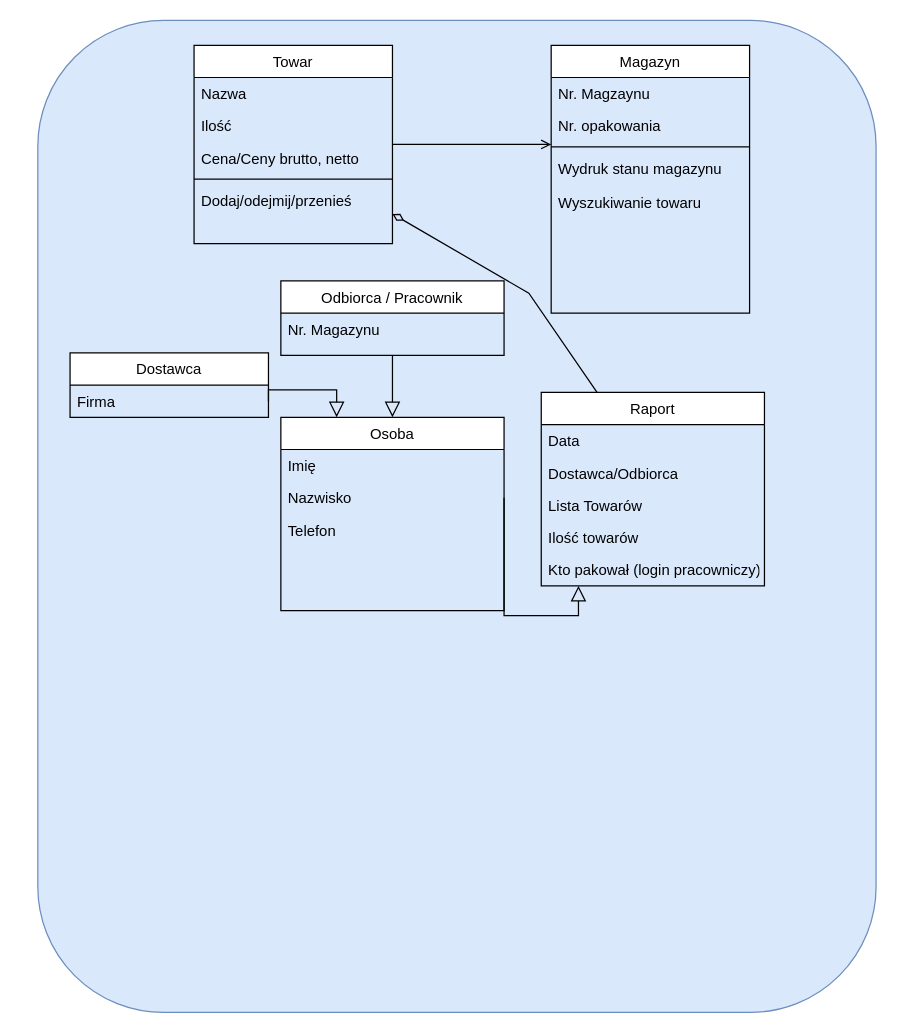
Above: Doc/Diagram.drawio in Buczixo/MagazineManagmentProject (draw.io), before the change. Source tidied: cells renumbered, new cells numbered last; positions are measured from the earlier drawing's top-left corner, leaving out a move shared by most shapes. Both pictures are drawn from the tidied source at 124%, with x=0, y=0 at pixel (37, 20).
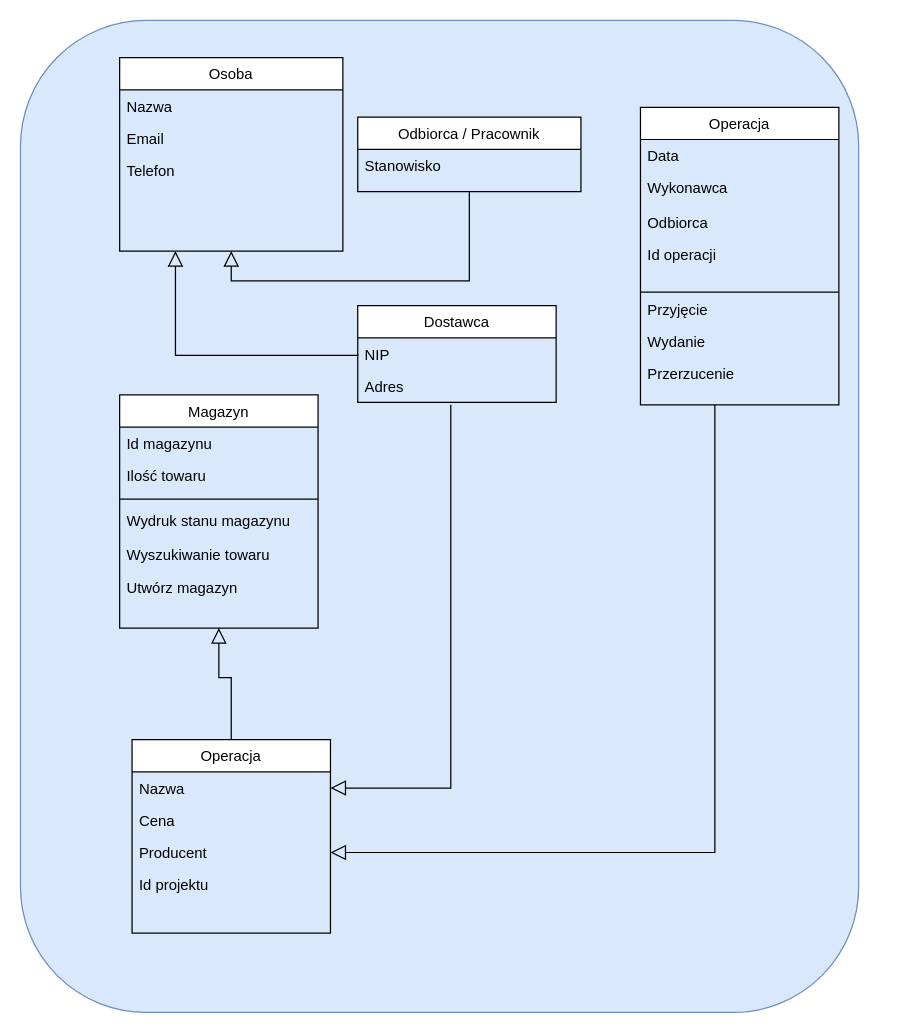
After the change.

Change to the diagram source:
```diff
@@
     <mxCell id="2" style="rounded=1;whiteSpace=wrap;html=1;fontSize=9;fillColor=#dae8fc;strokeColor=#6c8ebf;" parent="1" vertex="1">
-      <mxGeometry width="676" height="800" as="geometry" />
+      <mxGeometry x="-14" width="676" height="800" as="geometry" />
     </mxCell>
-    <mxCell id="3" value="Towar" style="swimlane;fontStyle=0;align=center;verticalAlign=top;horizontal=1;startSize=26;rounded=0;shadow=0;strokeWidth=1;" parent="1" vertex="1">
-      <mxGeometry x="126" y="20" width="160" height="160" as="geometry" />
+    <mxCell id="3" value="Operacja" style="swimlane;fontStyle=0;align=center;verticalAlign=top;horizontal=1;startSize=26;rounded=0;shadow=0;strokeWidth=1;" parent="1" vertex="1">
+      <mxGeometry x="486" y="70" width="160" height="240" as="geometry" />
     </mxCell>
-    <mxCell id="4" value="Nazwa" style="text;align=left;verticalAlign=top;spacingLeft=4;spacingRight=4;overflow=hidden;" parent="3" vertex="1">
+    <mxCell id="4" value="Data" style="text;align=left;verticalAlign=top;spacingLeft=4;spacingRight=4;overflow=hidden;" parent="3" vertex="1">
       <mxGeometry y="26" width="160" height="26" as="geometry" />
     </mxCell>
-    <mxCell id="5" value="Ilość" style="text;align=left;verticalAlign=top;spacingLeft=4;spacingRight=4;overflow=hidden;rounded=0;shadow=0;html=0;" parent="3" vertex="1">
-      <mxGeometry y="52" width="160" height="26" as="geometry" />
-    </mxCell>
-    <mxCell id="6" value="Cena/Ceny brutto, netto" style="text;align=left;verticalAlign=top;spacingLeft=4;spacingRight=4;overflow=hidden;rounded=0;shadow=0;html=0;" parent="3" vertex="1">
-      <mxGeometry y="78" width="160" height="26" as="geometry" />
+    <mxCell id="6" value="Wykonawca" style="text;align=left;verticalAlign=top;spacingLeft=4;spacingRight=4;overflow=hidden;rounded=0;shadow=0;html=0;" parent="3" vertex="1">
+      <mxGeometry y="52" width="160" height="26" as="geometry" />
     </mxCell>
     <mxCell id="7" style="line;html=1;strokeWidth=1;align=left;verticalAlign=middle;spacingTop=-1;spacingLeft=3;spacingRight=3;labelPosition=right;" parent="3" vertex="1">
-      <mxGeometry y="104" width="160" height="8" as="geometry" />
+      <mxGeometry y="78" width="160" height="142" as="geometry" />
     </mxCell>
-    <mxCell id="8" value="Dodaj/odejmij/przenieś" style="text;align=left;verticalAlign=top;spacingLeft=4;spacingRight=4;overflow=hidden;points=[[0,0.5],[1,0.5]];portConstraint=eastwest;" parent="3" vertex="1">
-      <mxGeometry y="112" width="160" height="48" as="geometry" />
-    </mxCell>
     <mxCell id="9" value="Dostawca" style="swimlane;fontStyle=0;align=center;verticalAlign=top;horizontal=1;startSize=26;rounded=0;shadow=0;strokeWidth=1;" parent="1" vertex="1">
-      <mxGeometry x="26" y="268" width="160" height="52" as="geometry" />
+      <mxGeometry x="258" y="230" width="160" height="78" as="geometry" />
     </mxCell>
-    <mxCell id="10" value="Firma" style="text;align=left;verticalAlign=top;spacingLeft=4;spacingRight=4;overflow=hidden;points=[[0,0.5],[1,0.5]];portConstraint=eastwest;" parent="9" vertex="1">
+    <mxCell id="10" value="NIP" style="text;align=left;verticalAlign=top;spacingLeft=4;spacingRight=4;overflow=hidden;points=[[0,0.5],[1,0.5]];portConstraint=eastwest;" parent="9" vertex="1">
       <mxGeometry y="26" width="160" height="26" as="geometry" />
     </mxCell>
+    <mxCell id="34" value="Adres" style="text;align=left;verticalAlign=top;spacingLeft=4;spacingRight=4;overflow=hidden;points=[[0,0.5],[1,0.5]];portConstraint=eastwest;" parent="9" vertex="1">
+      <mxGeometry y="52" width="160" height="26" as="geometry" />
+    </mxCell>
     <mxCell id="11" value="Odbiorca / Pracownik" style="swimlane;fontStyle=0;align=center;verticalAlign=top;horizontal=1;startSize=26;rounded=0;shadow=0;strokeWidth=1;" parent="1" vertex="1">
-      <mxGeometry x="196" y="210" width="180" height="60" as="geometry" />
+      <mxGeometry x="258" y="78" width="180" height="60" as="geometry" />
     </mxCell>
-    <mxCell id="12" value="Nr. Magazynu" style="text;align=left;verticalAlign=top;spacingLeft=4;spacingRight=4;overflow=hidden;" parent="11" vertex="1">
+    <mxCell id="12" value="Stanowisko" style="text;align=left;verticalAlign=top;spacingLeft=4;spacingRight=4;overflow=hidden;" parent="11" vertex="1">
       <mxGeometry y="26" width="180" height="26" as="geometry" />
     </mxCell>
     <mxCell id="13" value="Magazyn" style="swimlane;fontStyle=0;align=center;verticalAlign=top;horizontal=1;startSize=26;rounded=0;shadow=0;strokeWidth=1;" parent="1" vertex="1">
-      <mxGeometry x="414" y="20" width="160" height="216" as="geometry" />
+      <mxGeometry x="66" y="302" width="160" height="188" as="geometry" />
     </mxCell>
-    <mxCell id="14" value="Nr. Magzaynu" style="text;align=left;verticalAlign=top;spacingLeft=4;spacingRight=4;overflow=hidden;" parent="13" vertex="1">
+    <mxCell id="14" value="Id magazynu" style="text;align=left;verticalAlign=top;spacingLeft=4;spacingRight=4;overflow=hidden;" parent="13" vertex="1">
       <mxGeometry y="26" width="160" height="26" as="geometry" />
     </mxCell>
-    <mxCell id="15" value="Nr. opakowania" style="text;align=left;verticalAlign=top;spacingLeft=4;spacingRight=4;overflow=hidden;rounded=0;shadow=0;html=0;" parent="13" vertex="1">
-      <mxGeometry y="52" width="160" height="26" as="geometry" />
+    <mxCell id="15" value="Ilość towaru" style="text;align=left;verticalAlign=top;spacingLeft=4;spacingRight=4;overflow=hidden;rounded=0;shadow=0;html=0;" parent="13" vertex="1">
+      <mxGeometry y="52" width="160" height="28" as="geometry" />
     </mxCell>
     <mxCell id="16" style="line;html=1;strokeWidth=1;align=left;verticalAlign=middle;spacingTop=-1;spacingLeft=3;spacingRight=3;labelPosition=right;" parent="13" vertex="1">
-      <mxGeometry y="78" width="160" height="8" as="geometry" />
+      <mxGeometry y="80" width="160" height="8" as="geometry" />
     </mxCell>
     <mxCell id="17" value="Wydruk stanu magazynu" style="text;align=left;verticalAlign=top;spacingLeft=4;spacingRight=4;overflow=hidden;" parent="13" vertex="1">
-      <mxGeometry y="86" width="160" height="28" as="geometry" />
+      <mxGeometry y="88" width="160" height="28" as="geometry" />
     </mxCell>
     <mxCell id="18" value="Wyszukiwanie towaru" style="text;align=left;verticalAlign=top;spacingLeft=4;spacingRight=4;overflow=hidden;" parent="13" vertex="1">
-      <mxGeometry y="114" width="160" height="26" as="geometry" />
+      <mxGeometry y="116" width="160" height="26" as="geometry" />
     </mxCell>
-    <mxCell id="19" style="endArrow=open;shadow=0;strokeWidth=1;rounded=0;endFill=1;edgeStyle=elbowEdgeStyle;elbow=vertical;fontSize=9;" parent="1" edge="1" source="3" target="13">
-      <mxGeometry x="0.5" y="41" relative="1" as="geometry">
-        <mxPoint x="-40" y="32" as="offset" />
-      </mxGeometry>
-    </mxCell>
+    <mxCell id="35" value="Utwórz magazyn" style="text;align=left;verticalAlign=top;spacingLeft=4;spacingRight=4;overflow=hidden;" parent="13" vertex="1">
+      <mxGeometry y="142" width="160" height="26" as="geometry" />
+    </mxCell>
-    <mxCell id="20" value="Raport" style="swimlane;fontStyle=0;align=center;verticalAlign=top;horizontal=1;startSize=26;rounded=0;shadow=0;strokeWidth=1;" parent="1" vertex="1">
-      <mxGeometry x="406" y="300" width="180" height="156" as="geometry" />
+    <mxCell id="20" value="Operacja" style="swimlane;fontStyle=0;align=center;verticalAlign=top;horizontal=1;startSize=26;rounded=0;shadow=0;strokeWidth=1;" parent="1" vertex="1">
+      <mxGeometry x="76" y="580" width="160" height="156" as="geometry" />
     </mxCell>
-    <mxCell id="21" value="Data" style="text;align=left;verticalAlign=top;spacingLeft=4;spacingRight=4;overflow=hidden;points=[[0,0.5],[1,0.5]];portConstraint=eastwest;" parent="20" vertex="1">
-      <mxGeometry y="26" width="180" height="26" as="geometry" />
+    <mxCell id="21" value="Nazwa" style="text;align=left;verticalAlign=top;spacingLeft=4;spacingRight=4;overflow=hidden;points=[[0,0.5],[1,0.5]];portConstraint=eastwest;" parent="20" vertex="1">
+      <mxGeometry y="26" width="160" height="26" as="geometry" />
     </mxCell>
-    <mxCell id="22" value="Dostawca/Odbiorca" style="text;align=left;verticalAlign=top;spacingLeft=4;spacingRight=4;overflow=hidden;rounded=0;shadow=0;html=0;" parent="20" vertex="1">
-      <mxGeometry y="52" width="180" height="26" as="geometry" />
+    <mxCell id="22" value="Cena" style="text;align=left;verticalAlign=top;spacingLeft=4;spacingRight=4;overflow=hidden;rounded=0;shadow=0;html=0;" parent="20" vertex="1">
+      <mxGeometry y="52" width="160" height="26" as="geometry" />
     </mxCell>
-    <mxCell id="23" value="Lista Towarów" style="text;align=left;verticalAlign=top;spacingLeft=4;spacingRight=4;overflow=hidden;points=[[0,0.5],[1,0.5]];portConstraint=eastwest;rounded=0;shadow=0;html=0;" parent="20" vertex="1">
-      <mxGeometry y="78" width="180" height="26" as="geometry" />
+    <mxCell id="23" value="Producent" style="text;align=left;verticalAlign=top;spacingLeft=4;spacingRight=4;overflow=hidden;points=[[0,0.5],[1,0.5]];portConstraint=eastwest;rounded=0;shadow=0;html=0;" parent="20" vertex="1">
+      <mxGeometry y="78" width="160" height="26" as="geometry" />
     </mxCell>
-    <mxCell id="24" value="Ilość towarów" style="text;align=left;verticalAlign=top;spacingLeft=4;spacingRight=4;overflow=hidden;rounded=0;shadow=0;html=0;" parent="20" vertex="1">
-      <mxGeometry y="104" width="180" height="26" as="geometry" />
+    <mxCell id="24" value="Id projektu" style="text;align=left;verticalAlign=top;spacingLeft=4;spacingRight=4;overflow=hidden;rounded=0;shadow=0;html=0;" parent="20" vertex="1">
+      <mxGeometry y="104" width="160" height="26" as="geometry" />
     </mxCell>
-    <mxCell id="25" value="Kto pakował (login pracowniczy)" style="text;align=left;verticalAlign=top;spacingLeft=4;spacingRight=4;overflow=hidden;rounded=0;shadow=0;html=0;" parent="20" vertex="1">
-      <mxGeometry y="130" width="180" height="26" as="geometry" />
-    </mxCell>
-    <mxCell id="26" style="endArrow=none;startArrow=diamondThin;endFill=0;startFill=0;html=1;verticalAlign=bottom;labelBackgroundColor=none;strokeWidth=1;startSize=8;endSize=8;rounded=0;fontSize=9;exitX=1;exitY=0.5;exitDx=0;exitDy=0;entryX=0.25;entryY=0;entryDx=0;entryDy=0;" parent="1" edge="1" source="8" target="20">
-      <mxGeometry relative="1" as="geometry">
-        <Array as="points">
-          <mxPoint x="396" y="220" />
-        </Array>
-      </mxGeometry>
-    </mxCell>
-    <mxCell id="27" style="endArrow=block;endSize=10;endFill=0;shadow=0;strokeWidth=1;rounded=0;edgeStyle=elbowEdgeStyle;elbow=vertical;entryX=0.5;entryY=0;entryDx=0;entryDy=0;exitX=0.5;exitY=1;exitDx=0;exitDy=0;" parent="1" edge="1" source="11" target="29">
-      <mxGeometry relative="1" as="geometry">
-        <Array as="points">
-          <mxPoint x="266" y="290" />
-          <mxPoint x="256" y="360" />
-        </Array>
-      </mxGeometry>
-    </mxCell>
-    <mxCell id="28" style="endArrow=block;endSize=10;endFill=0;shadow=0;strokeWidth=1;rounded=0;edgeStyle=elbowEdgeStyle;elbow=vertical;exitX=1;exitY=0.75;exitDx=0;exitDy=0;entryX=0.25;entryY=0;entryDx=0;entryDy=0;" parent="1" edge="1" source="9" target="29">
-      <mxGeometry relative="1" as="geometry">
-        <Array as="points">
-          <mxPoint x="206" y="298" />
-          <mxPoint x="136" y="340" />
-          <mxPoint x="266" y="440" />
-          <mxPoint x="266" y="420" />
-        </Array>
-      </mxGeometry>
-    </mxCell>
     <mxCell id="29" value="Osoba" style="swimlane;fontStyle=0;align=center;verticalAlign=top;horizontal=1;startSize=26;rounded=0;shadow=0;strokeWidth=1;" parent="1" vertex="1">
-      <mxGeometry x="196" y="320" width="180" height="156" as="geometry" />
+      <mxGeometry x="66" y="30" width="180" height="156" as="geometry" />
     </mxCell>
-    <mxCell id="30" value="Imię" style="text;align=left;verticalAlign=top;spacingLeft=4;spacingRight=4;overflow=hidden;" parent="29" vertex="1">
+    <mxCell id="30" value="Nazwa" style="text;align=left;verticalAlign=top;spacingLeft=4;spacingRight=4;overflow=hidden;" parent="29" vertex="1">
       <mxGeometry y="26" width="180" height="26" as="geometry" />
     </mxCell>
-    <mxCell id="31" value="Nazwisko" style="text;align=left;verticalAlign=top;spacingLeft=4;spacingRight=4;overflow=hidden;points=[[0,0.5],[1,0.5]];portConstraint=eastwest;rounded=0;shadow=0;html=0;" parent="29" vertex="1">
+    <mxCell id="31" value="Email" style="text;align=left;verticalAlign=top;spacingLeft=4;spacingRight=4;overflow=hidden;points=[[0,0.5],[1,0.5]];portConstraint=eastwest;rounded=0;shadow=0;html=0;" parent="29" vertex="1">
       <mxGeometry y="52" width="180" height="26" as="geometry" />
     </mxCell>
@@
-    <mxCell id="33" style="endArrow=block;endSize=10;endFill=0;shadow=0;strokeWidth=1;rounded=0;edgeStyle=elbowEdgeStyle;elbow=vertical;exitX=1;exitY=0.5;exitDx=0;exitDy=0;" parent="1" edge="1" source="31" target="20">
+    <mxCell id="33" style="endArrow=block;endSize=10;endFill=0;shadow=0;strokeWidth=1;rounded=0;edgeStyle=elbowEdgeStyle;elbow=vertical;entryX=1;entryY=0.5;entryDx=0;entryDy=0;" parent="1" edge="1" target="23">
       <mxGeometry relative="1" as="geometry">
+        <mxPoint x="546" y="310" as="sourcePoint" />
         <Array as="points">
+          <mxPoint x="386" y="671" />
+          <mxPoint x="506" y="390" />
+          <mxPoint x="346" y="300" />
+          <mxPoint x="536" y="470" />
           <mxPoint x="436" y="480" />
         </Array>
       </mxGeometry>
     </mxCell>
+    <mxCell id="36" value="Odbiorca" style="text;align=left;verticalAlign=top;spacingLeft=4;spacingRight=4;overflow=hidden;rounded=0;shadow=0;html=0;" parent="1" vertex="1">
+      <mxGeometry x="486" y="150" width="160" height="26" as="geometry" />
+    </mxCell>
+    <mxCell id="37" value="Id operacji" style="text;align=left;verticalAlign=top;spacingLeft=4;spacingRight=4;overflow=hidden;rounded=0;shadow=0;html=0;" parent="1" vertex="1">
+      <mxGeometry x="486" y="176" width="160" height="26" as="geometry" />
+    </mxCell>
+    <mxCell id="38" value="Przyjęcie" style="text;align=left;verticalAlign=top;spacingLeft=4;spacingRight=4;overflow=hidden;rounded=0;shadow=0;html=0;" parent="1" vertex="1">
+      <mxGeometry x="486" y="220" width="160" height="26" as="geometry" />
+    </mxCell>
+    <mxCell id="39" value="Wydanie" style="text;align=left;verticalAlign=top;spacingLeft=4;spacingRight=4;overflow=hidden;rounded=0;shadow=0;html=0;" parent="1" vertex="1">
+      <mxGeometry x="486" y="246" width="160" height="26" as="geometry" />
+    </mxCell>
+    <mxCell id="40" value="Przerzucenie" style="text;align=left;verticalAlign=top;spacingLeft=4;spacingRight=4;overflow=hidden;rounded=0;shadow=0;html=0;" parent="1" vertex="1">
+      <mxGeometry x="486" y="272" width="160" height="30" as="geometry" />
+    </mxCell>
+    <mxCell id="41" style="endArrow=block;endSize=10;endFill=0;shadow=0;strokeWidth=1;rounded=0;edgeStyle=elbowEdgeStyle;elbow=vertical;entryX=0.5;entryY=1;entryDx=0;entryDy=0;exitX=0.5;exitY=0;exitDx=0;exitDy=0;" parent="1" edge="1" source="20" target="13">
+      <mxGeometry relative="1" as="geometry">
+        <Array as="points">
+          <mxPoint x="166" y="530" />
+          <mxPoint x="406" y="325" />
+          <mxPoint x="246" y="235" />
+          <mxPoint x="436" y="405" />
+          <mxPoint x="336" y="415" />
+        </Array>
+      </mxGeometry>
+    </mxCell>
+    <mxCell id="27" style="endArrow=block;endSize=10;endFill=0;shadow=0;strokeWidth=1;rounded=0;edgeStyle=elbowEdgeStyle;elbow=vertical;entryX=0.5;entryY=1;entryDx=0;entryDy=0;exitX=0.5;exitY=1;exitDx=0;exitDy=0;" parent="1" edge="1" source="11" target="29">
+      <mxGeometry relative="1" as="geometry">
+        <Array as="points">
+          <mxPoint x="286" y="210" />
+          <mxPoint x="416" y="335" />
+          <mxPoint x="256" y="245" />
+          <mxPoint x="446" y="415" />
+          <mxPoint x="346" y="425" />
+        </Array>
+      </mxGeometry>
+    </mxCell>
+    <mxCell id="42" style="endArrow=block;endSize=10;endFill=0;shadow=0;strokeWidth=1;rounded=0;edgeStyle=elbowEdgeStyle;elbow=vertical;exitX=0;exitY=0.5;exitDx=0;exitDy=0;entryX=0.25;entryY=1;entryDx=0;entryDy=0;" parent="1" edge="1" source="10" target="29">
+      <mxGeometry relative="1" as="geometry">
+        <Array as="points">
+          <mxPoint x="206" y="270" />
+          <mxPoint x="426" y="345" />
+          <mxPoint x="266" y="255" />
+          <mxPoint x="456" y="425" />
+          <mxPoint x="356" y="435" />
+        </Array>
+      </mxGeometry>
+    </mxCell>
+    <mxCell id="43" style="endArrow=block;endSize=10;endFill=0;shadow=0;strokeWidth=1;rounded=0;edgeStyle=elbowEdgeStyle;elbow=vertical;entryX=1;entryY=0.5;entryDx=0;entryDy=0;exitX=0.469;exitY=1.077;exitDx=0;exitDy=0;exitPerimeter=0;" parent="1" edge="1" source="34" target="21">
+      <mxGeometry relative="1" as="geometry">
+        <Array as="points">
+          <mxPoint x="296" y="619" />
+          <mxPoint x="276" y="550" />
+          <mxPoint x="436" y="355" />
+          <mxPoint x="276" y="265" />
+          <mxPoint x="466" y="435" />
+          <mxPoint x="366" y="445" />
+        </Array>
+      </mxGeometry>
+    </mxCell>
```
